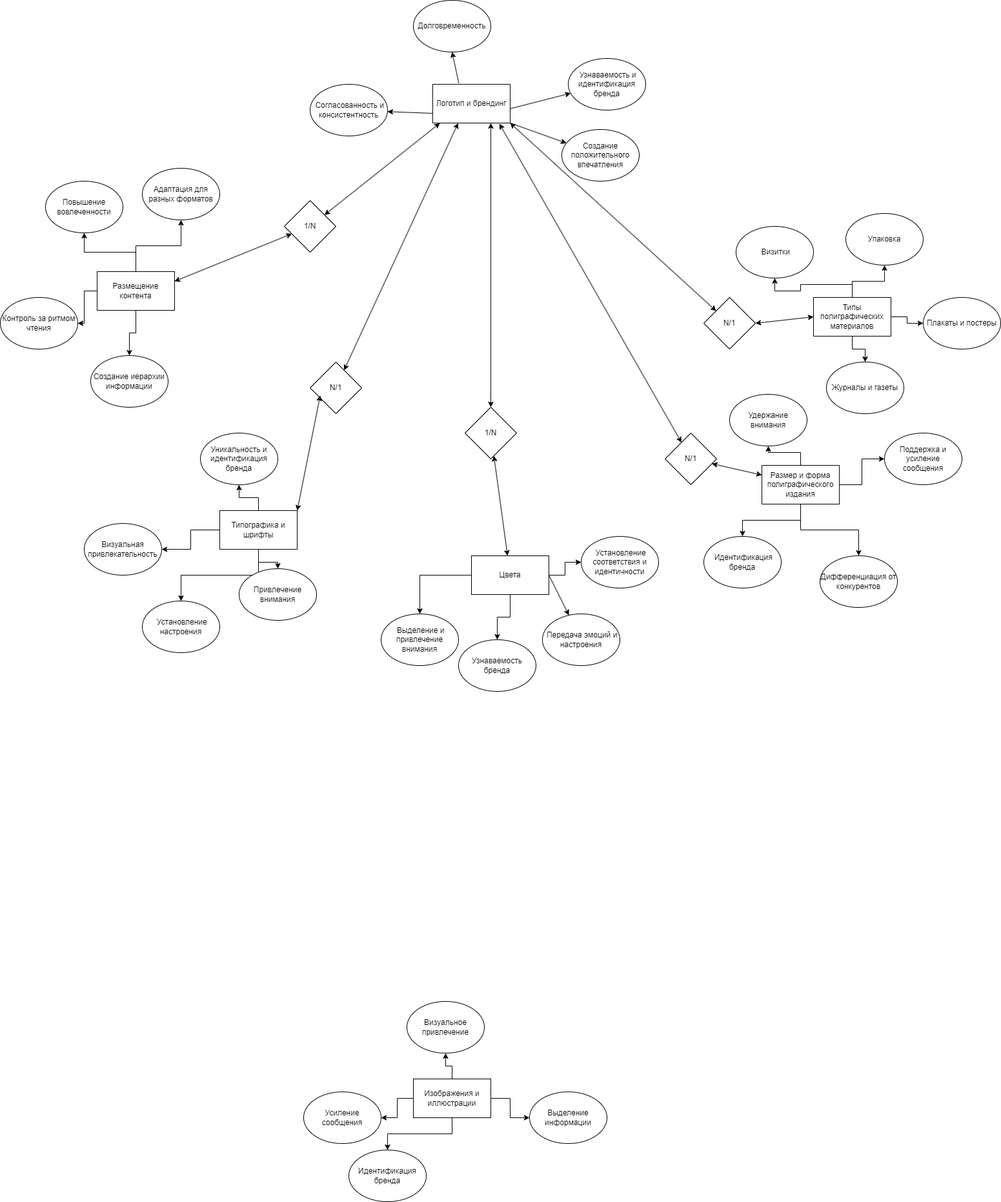
Before: URL.drawio.png, a diagram exported from draw.io (hacanov/use). Source tidied: cells renumbered, new cells last; positions are measured from the earlier drawing's top-left corner, leaving out a move shared by most shapes.
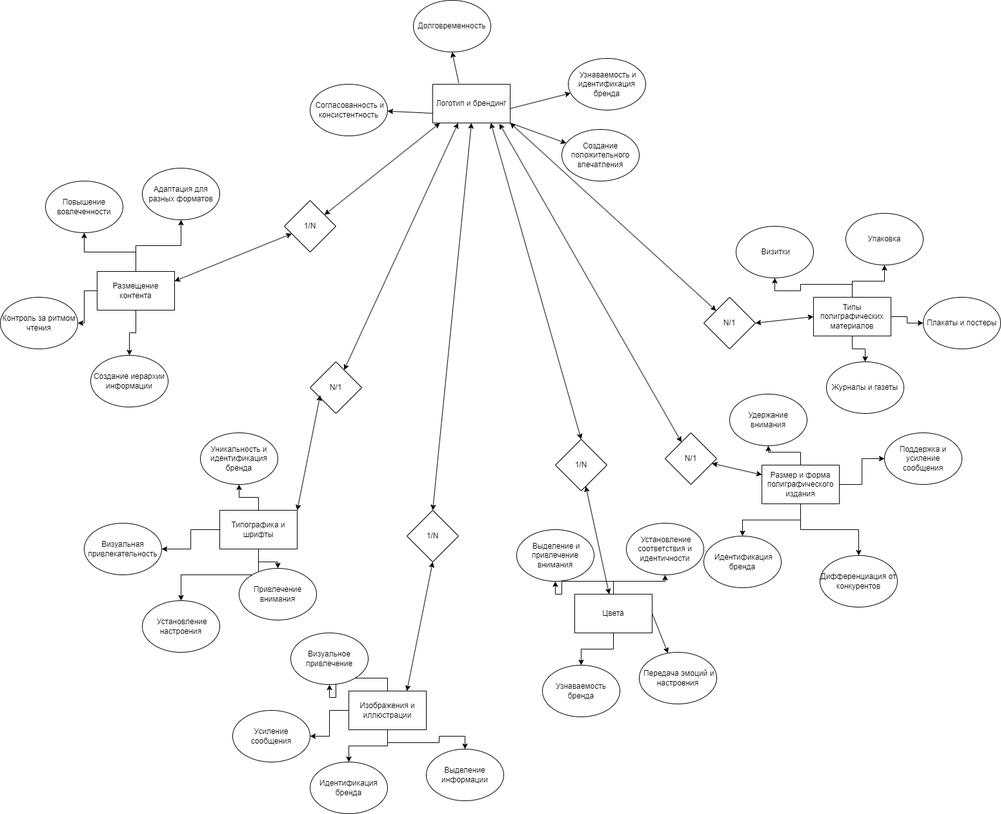
Later version of the same file.

What changed in the source:
```diff
@@ -27,7 +27,7 @@
       <mxGeometry relative="1" as="geometry" />
     </mxCell>
     <mxCell id="10" value="Цвета" style="rounded=0;whiteSpace=wrap;html=1;" parent="1" vertex="1">
-      <mxGeometry x="730" y="860" width="120" height="60" as="geometry" />
+      <mxGeometry x="890" y="920" width="120" height="60" as="geometry" />
     </mxCell>
     <mxCell id="11" style="edgeStyle=orthogonalEdgeStyle;rounded=0;jettySize=auto;html=1;" parent="1" edge="1" source="15" target="62">
       <mxGeometry relative="1" as="geometry" />
@@ -90,7 +90,7 @@
       <mxGeometry relative="1" as="geometry" />
     </mxCell>
     <mxCell id="31" value="Изображения и иллюстрации" style="rounded=0;whiteSpace=wrap;html=1;" parent="1" vertex="1">
-      <mxGeometry x="640" y="1670" width="120" height="60" as="geometry" />
+      <mxGeometry x="540" y="1070" width="120" height="60" as="geometry" />
     </mxCell>
     <mxCell id="32" style="endArrow=classic;html=1;rounded=0;exitX=0.997;exitY=0.63;exitDx=0;exitDy=0;exitPerimeter=0;" parent="1" edge="1" source="16" target="33">
       <mxGeometry relative="1" as="geometry" />
@@ -129,25 +129,25 @@
       <mxGeometry x="370" y="880" width="120" height="80" as="geometry" />
     </mxCell>
     <mxCell id="44" value="&amp;nbsp;Выделение и привлечение внимания" style="ellipse;whiteSpace=wrap;html=1;" parent="1" vertex="1">
-      <mxGeometry x="590" y="950" width="120" height="80" as="geometry" />
+      <mxGeometry x="800" y="820" width="120" height="80" as="geometry" />
     </mxCell>
     <mxCell id="45" value="Узнаваемость бренда" style="ellipse;whiteSpace=wrap;html=1;" parent="1" vertex="1">
-      <mxGeometry x="710" y="990" width="120" height="80" as="geometry" />
+      <mxGeometry x="840" y="1030" width="120" height="80" as="geometry" />
     </mxCell>
     <mxCell id="46" value="&amp;nbsp;Установление соответствия и идентичности" style="ellipse;whiteSpace=wrap;html=1;" parent="1" vertex="1">
-      <mxGeometry x="900" y="830" width="120" height="80" as="geometry" />
+      <mxGeometry x="970" y="810" width="120" height="80" as="geometry" />
     </mxCell>
     <mxCell id="47" value="Визуальное привлечение" style="ellipse;whiteSpace=wrap;html=1;" parent="1" vertex="1">
-      <mxGeometry x="630" y="1550" width="120" height="80" as="geometry" />
+      <mxGeometry x="450" y="980" width="120" height="80" as="geometry" />
     </mxCell>
     <mxCell id="48" value="Усиление сообщения" style="ellipse;whiteSpace=wrap;html=1;" parent="1" vertex="1">
-      <mxGeometry x="470" y="1690" width="120" height="80" as="geometry" />
+      <mxGeometry x="360" y="1100" width="120" height="80" as="geometry" />
     </mxCell>
     <mxCell id="49" value="Идентификация бренда" style="ellipse;whiteSpace=wrap;html=1;" parent="1" vertex="1">
-      <mxGeometry x="540" y="1780" width="120" height="80" as="geometry" />
+      <mxGeometry x="480" y="1180" width="120" height="80" as="geometry" />
     </mxCell>
     <mxCell id="50" value="Выделение информации" style="ellipse;whiteSpace=wrap;html=1;" parent="1" vertex="1">
-      <mxGeometry x="820" y="1690" width="120" height="80" as="geometry" />
+      <mxGeometry x="660" y="1160" width="120" height="80" as="geometry" />
     </mxCell>
     <mxCell id="51" value="Удержание внимания" style="ellipse;whiteSpace=wrap;html=1;" parent="1" vertex="1">
       <mxGeometry x="1130" y="610" width="120" height="80" as="geometry" />
@@ -189,13 +189,13 @@
       <mxGeometry relative="1" as="geometry" />
     </mxCell>
     <mxCell id="64" value="&amp;nbsp;Передача эмоций и настроения" style="ellipse;whiteSpace=wrap;html=1;" parent="1" vertex="1">
-      <mxGeometry x="840" y="950" width="120" height="80" as="geometry" />
+      <mxGeometry x="990" y="1010" width="120" height="80" as="geometry" />
     </mxCell>
     <mxCell id="65" value="N/1" style="rhombus;whiteSpace=wrap;html=1;" parent="1" vertex="1">
       <mxGeometry x="480" y="560" width="80" height="80" as="geometry" />
     </mxCell>
     <mxCell id="66" value="1/N" style="rhombus;whiteSpace=wrap;html=1;" parent="1" vertex="1">
-      <mxGeometry x="720" y="630" width="80" height="80" as="geometry" />
+      <mxGeometry x="860" y="680" width="80" height="80" as="geometry" />
     </mxCell>
     <mxCell id="67" value="1/N" style="rhombus;whiteSpace=wrap;html=1;" parent="1" vertex="1">
       <mxGeometry x="440" y="310" width="80" height="80" as="geometry" />
@@ -236,5 +236,14 @@
     <mxCell id="79" style="endArrow=classic;startArrow=classic;html=1;rounded=0;entryX=0;entryY=0.5;entryDx=0;entryDy=0;exitX=1;exitY=0.5;exitDx=0;exitDy=0;" parent="1" edge="1" source="69" target="15">
       <mxGeometry relative="1" as="geometry" />
     </mxCell>
+    <mxCell id="80" value="1/N" style="rhombus;whiteSpace=wrap;html=1;" parent="1" vertex="1">
+      <mxGeometry x="630" y="790" width="80" height="80" as="geometry" />
+    </mxCell>
+    <mxCell id="81" style="endArrow=classic;startArrow=classic;html=1;rounded=0;entryX=0.5;entryY=1;entryDx=0;entryDy=0;exitX=0.5;exitY=0;exitDx=0;exitDy=0;" parent="1" edge="1" source="80" target="16">
+      <mxGeometry relative="1" as="geometry" />
+    </mxCell>
+    <mxCell id="82" style="endArrow=classic;startArrow=classic;html=1;rounded=0;exitX=0.5;exitY=1;exitDx=0;exitDy=0;entryX=0.75;entryY=0;entryDx=0;entryDy=0;" parent="1" edge="1" source="80" target="31">
+      <mxGeometry relative="1" as="geometry" />
+    </mxCell>
   </root>
 </mxGraphModel>
```
